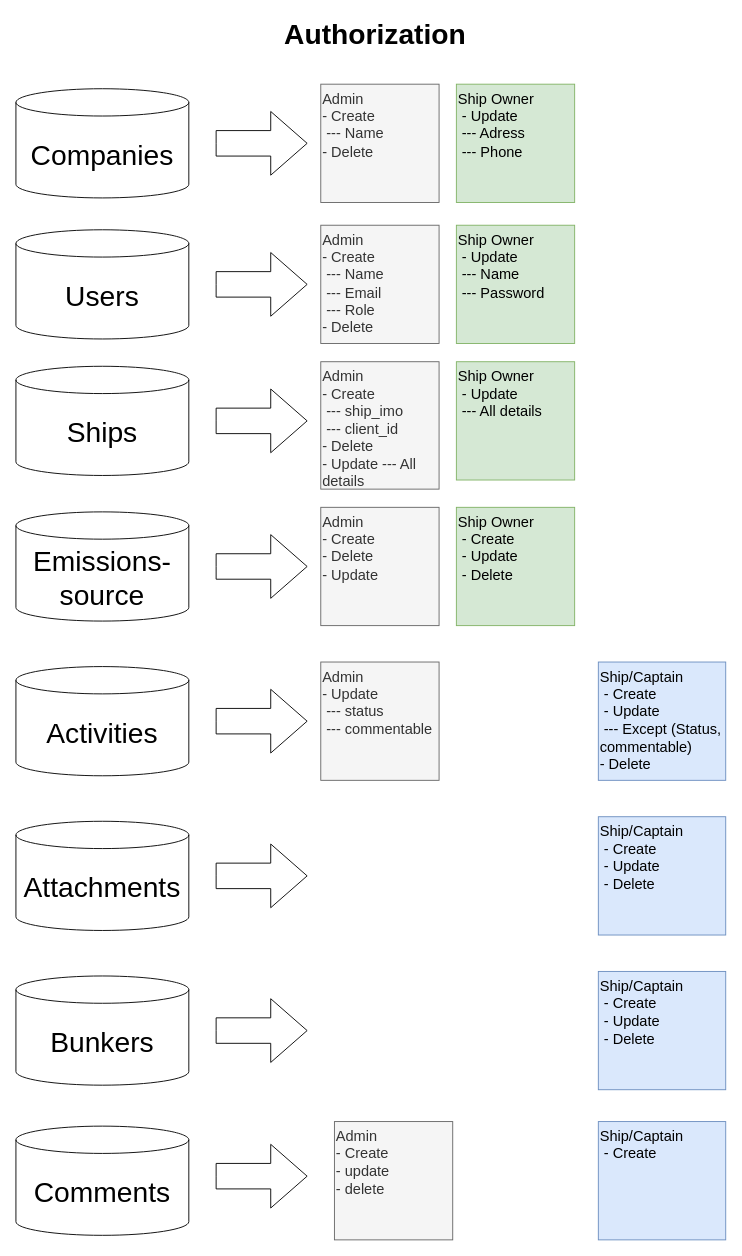
Above: page "Authorization" (3 of 9) of mrvtool.drawio in dagistan-tuncbilek/tasarimlar (draw.io), before the change. Source tidied: cells renumbered, new cells numbered last; positions are measured from the earlier drawing's top-left corner, leaving out a move shared by most shapes. Both pictures are drawn from the tidied source at 91%, with x=0, y=0 at pixel (15, 15).
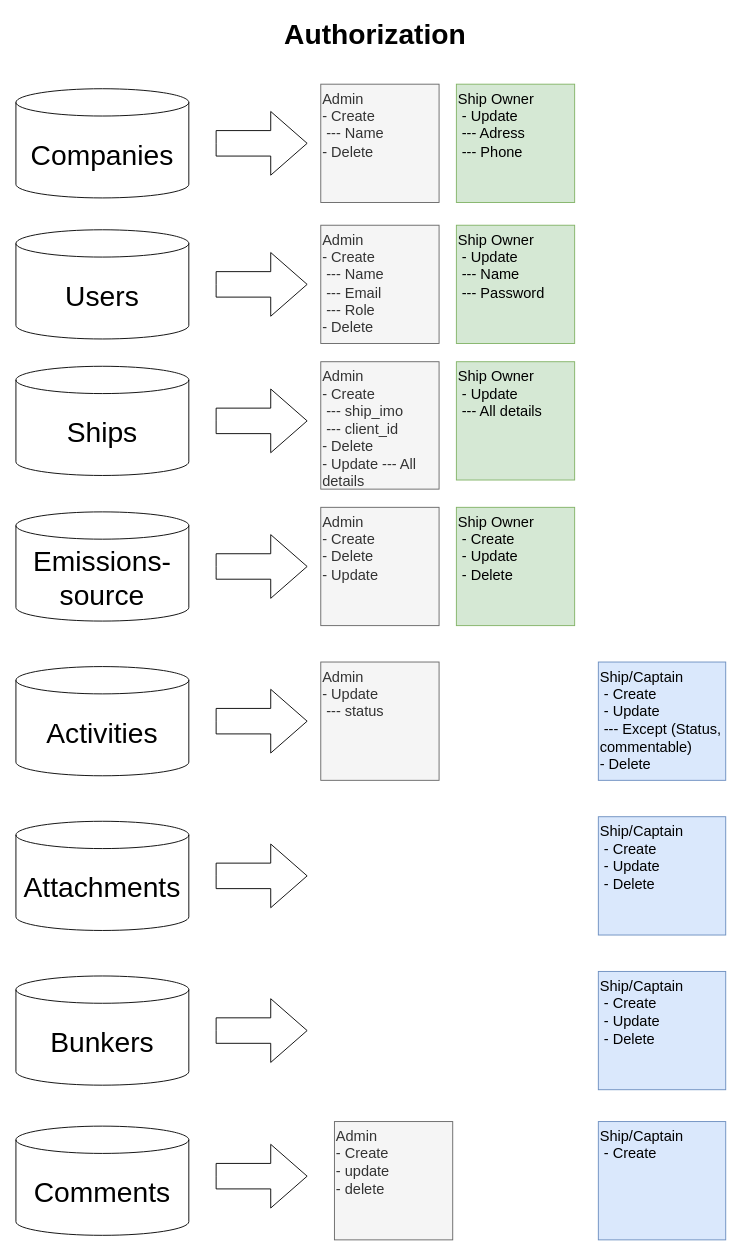
The same diagram, later.

Diff of the diagram source:
```diff
@@
-    <mxCell id="20" value="&lt;div&gt;Admin&lt;/div&gt;&lt;div&gt;- Update&lt;/div&gt;&lt;div&gt;&amp;nbsp;--- status&lt;/div&gt;&lt;div&gt;&amp;nbsp;--- commentable&lt;br&gt;&lt;/div&gt;" style="rounded=0;whiteSpace=wrap;html=1;fontSize=16;align=left;verticalAlign=top;fillColor=#f5f5f5;strokeColor=#666666;fontColor=#333333;" parent="1" vertex="1">
+    <mxCell id="20" value="&lt;div&gt;Admin&lt;/div&gt;&lt;div&gt;- Update&lt;/div&gt;&lt;div&gt;&amp;nbsp;--- status&lt;/div&gt;" style="rounded=0;whiteSpace=wrap;html=1;fontSize=16;align=left;verticalAlign=top;fillColor=#f5f5f5;strokeColor=#666666;fontColor=#333333;" parent="1" vertex="1">
       <mxGeometry x="335" y="710" width="130" height="130" as="geometry" />
     </mxCell>
```
